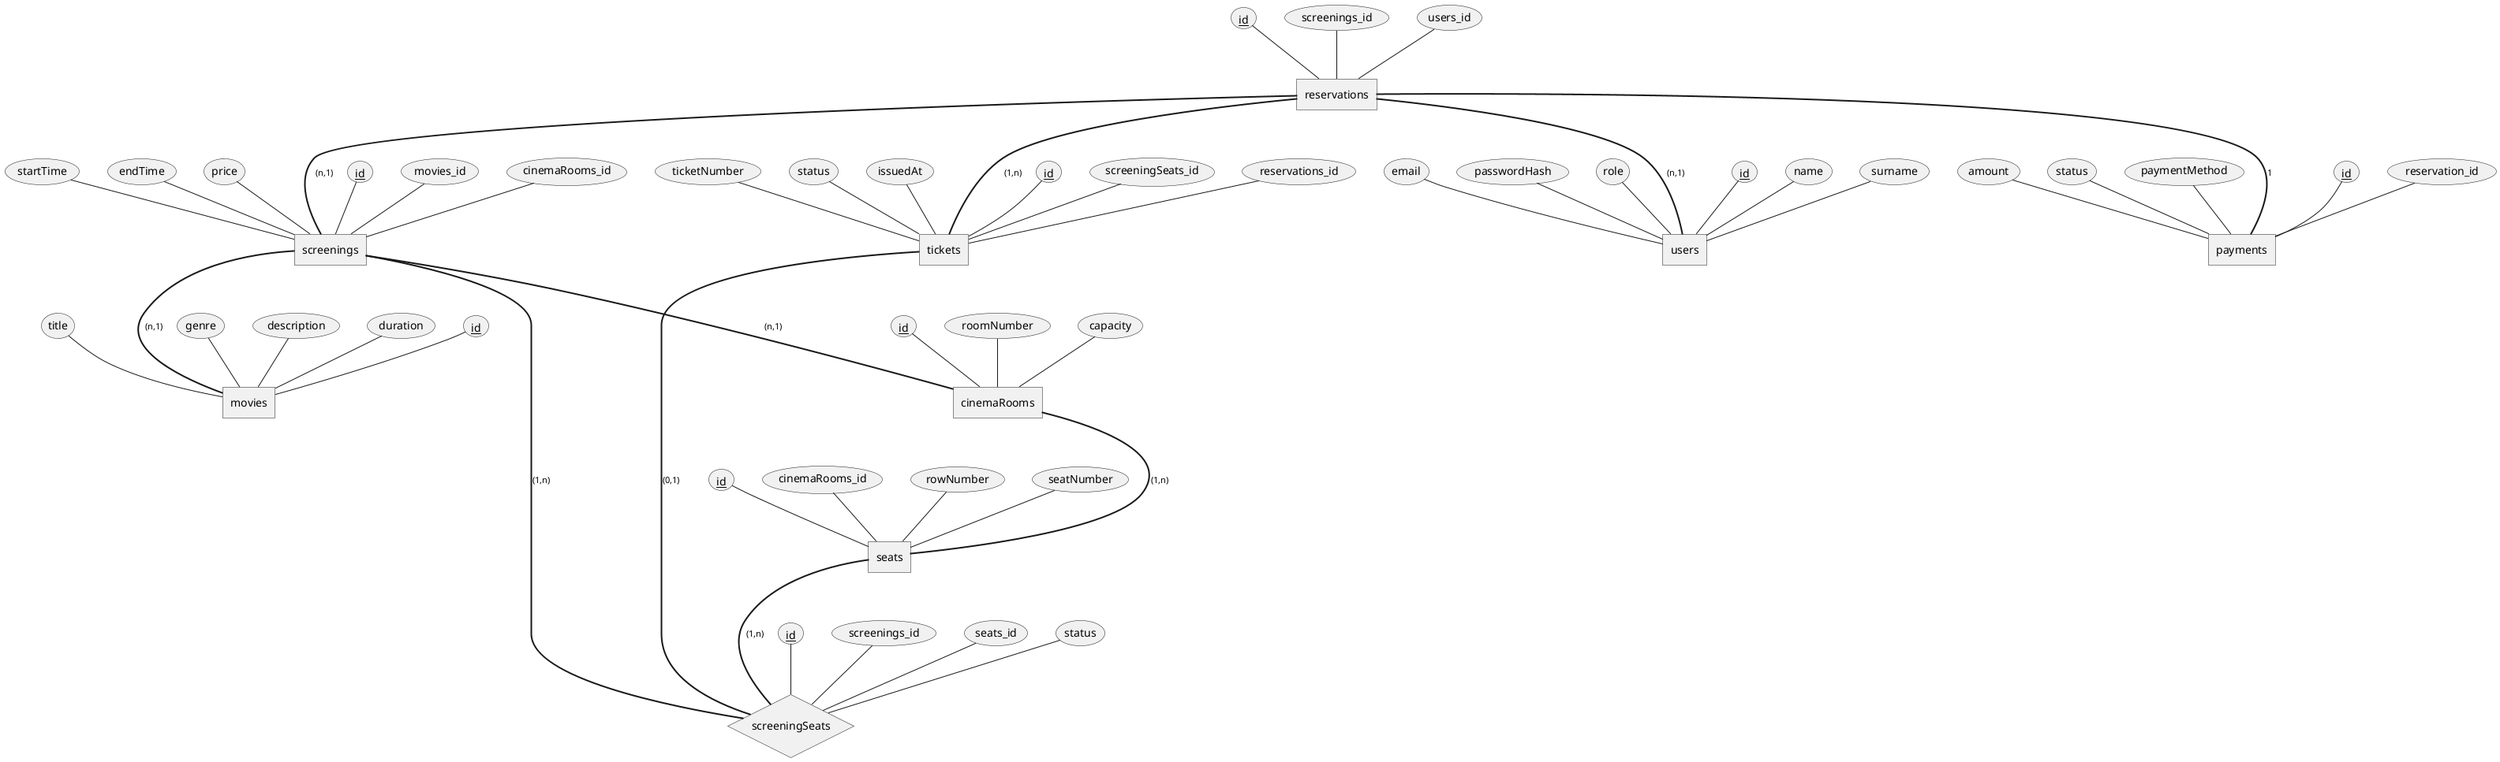
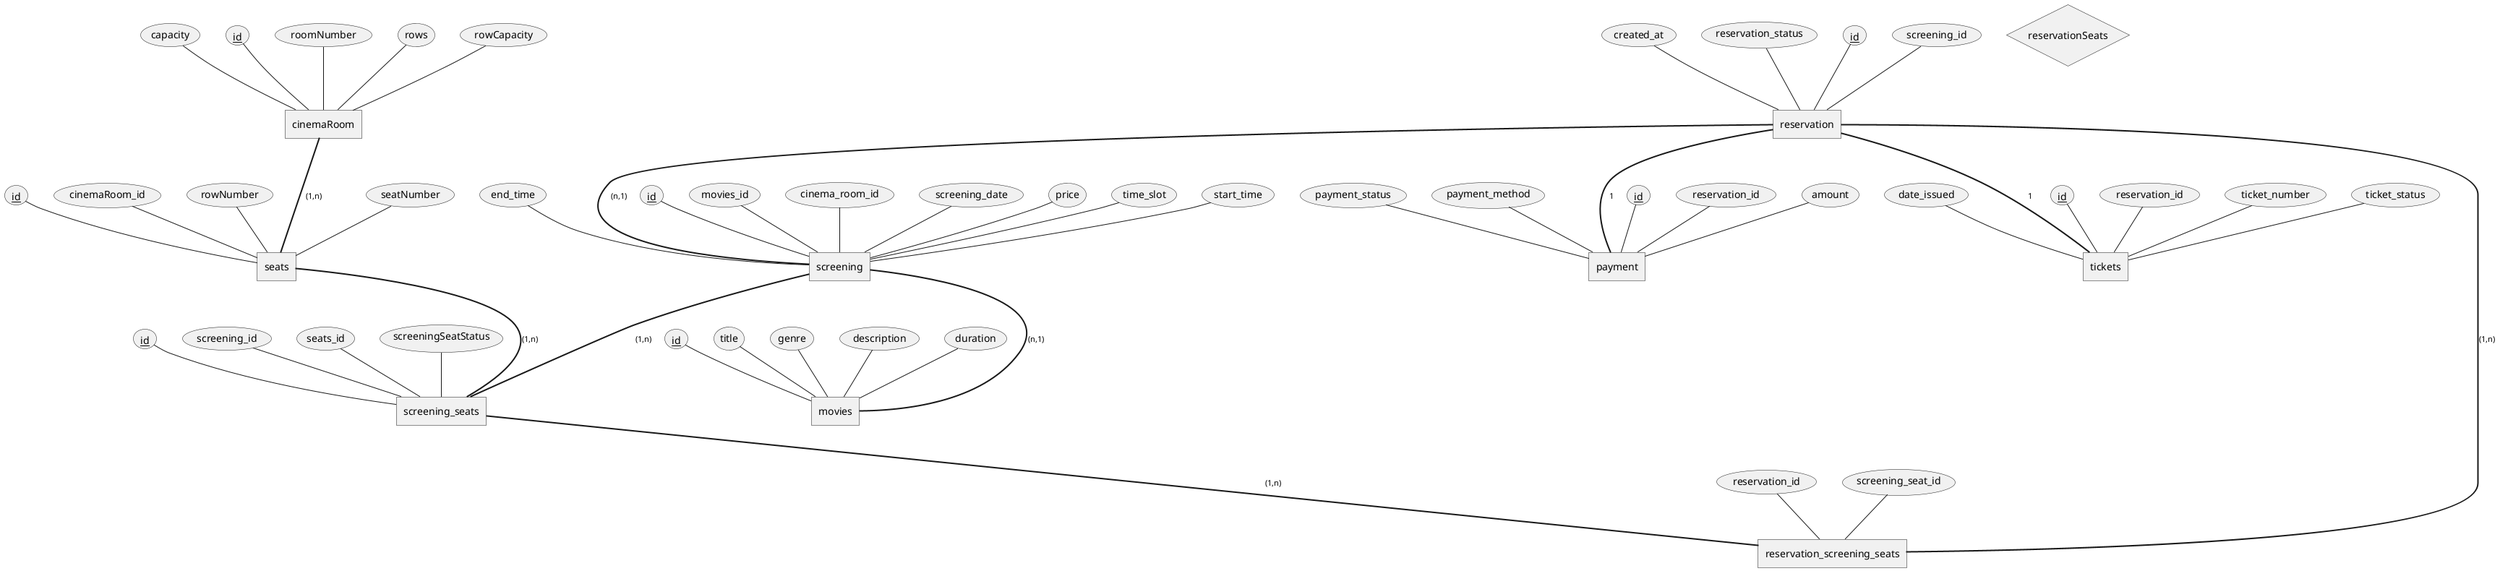
@startchen

- entity reservations{
+ entity reservation{
    id <<key>>
-     screenings_id <<FK>>
-     users_id <<FK>>
+     screening_id <<FK>>
+     created_at
+     reservation_status
+ }
+ 
+ entity reservation_screening_seats{
+     reservation_id <<FK>>
+     screening_seat_id <<FK>>
}

entity movies{
    id <<key>>
    title
    genre
    description
    duration
}

- entity screenings{
+ entity screening{
    id <<key>>
    movies_id <<FK>>
-     cinemaRooms_id <<FK>>
-     startTime
-     endTime
+     cinema_room_id
+     screening_date
    price
+     time_slot
+     start_time
+     end_time
}

- entity users{
-     id<<key>>
-     name
-     surname
-     email
-     passwordHash
-     role
- }
- 
- entity payments{
+ entity payment{
    id <<key>>
    reservation_id <<FK>>
    amount
-     status
-     paymentMethod
+     payment_status
+     payment_method
}

- entity cinemaRooms{
-     id<<key>>
+ entity cinemaRoom{
+     id <<key>>
    roomNumber
+     rows
+     rowCapacity
    capacity
- 
}

entity tickets{
    id <<key>>
-     screeningSeats_id <<FK>>
-     reservations_id <<FK>>
-     ticketNumber
-     status
-     issuedAt
+     reservation_id <<FK>>
+     ticket_number
+     ticket_status
+     date_issued
+ }

- }
entity seats{
    id <<key>>
-     cinemaRooms_id <<FK>>
+     cinemaRoom_id <<FK>>
    rowNumber
    seatNumber
}

- relationship screeningSeats{
-  id <<key>>
-  screenings_id <<FK>>
-  seats_id <<FK>>
-  status
+ entity screening_seats{
+     id <<key>>
+     screening_id <<FK>>
+     seats_id <<FK>>
+     screeningSeatStatus
}

- reservations =(n,1)= users
- reservations =1= payments
- reservations =(1,n)= tickets
+ relationship reservationSeats{
+ }

- screenings =(n,1)= cinemaRooms
- screenings =(n,1)= movies
+ reservation =(n,1)= screening
+ reservation =1= payment
+ reservation =1= tickets
+ reservation =(1,n)= reservation_screening_seats
+ screening_seats =(1,n)= reservation_screening_seats

- reservations =(n,1)= screenings
+ screening =(n,1)= movies
+ screening =(1,n)= screening_seats

- cinemaRooms =(1,n)= seats
- seats =(1,n)= screeningSeats
- screenings =(1,n)= screeningSeats
- tickets =(0,1)= screeningSeats
+ cinemaRoom =(1,n)= seats
+ seats =(1,n)= screening_seats

- @endchen+ @endchen
